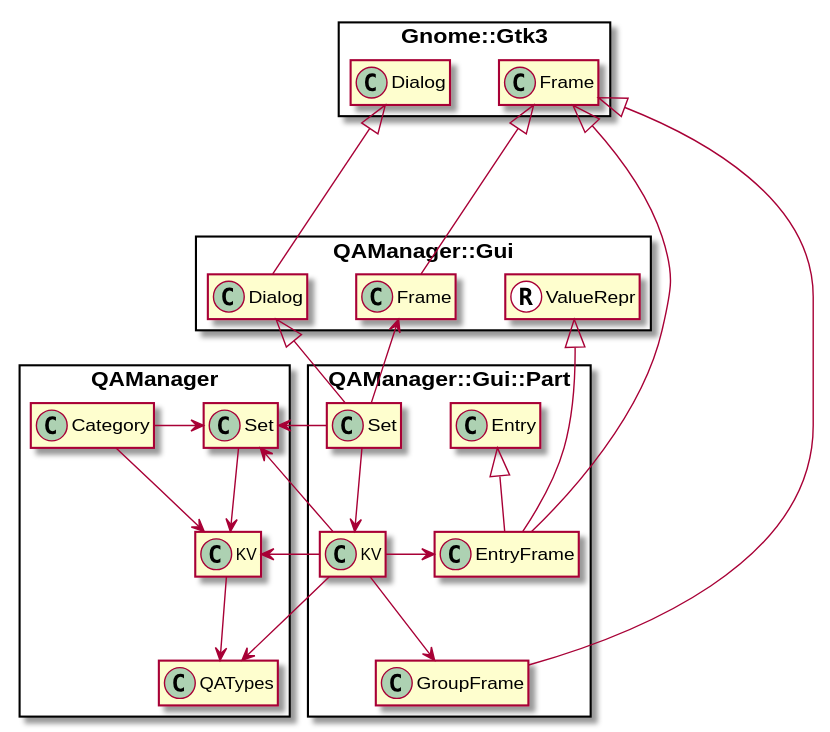
Earlier version of the PlantUML export doc/plantuml/structure-demodialog.svg (MARTIMM/question-answer). Its diagram source:
```plantuml
@startuml
skinparam packageStyle rectangle
set namespaceSeparator ::
hide members


QAManager::Category -> QAManager::Set
QAManager::Category --> QAManager::KV

QAManager::Set --> QAManager::KV

QAManager::KV --> QAManager::QATypes

Gnome::Gtk3::Dialog <|-- QAManager::Gui::Dialog
QAManager::Gui::Dialog <|-- QAManager::Gui::Part::Set

QAManager::Gui::Part::Set -> QAManager::Set
QAManager::Gui::Part::Set --> QAManager::Gui::Part::KV

QAManager::Gui::Frame <-- QAManager::Gui::Part::Set
Gnome::Gtk3::Frame <|-- QAManager::Gui::Frame

QAManager::Gui::Part::KV --> QAManager::QATypes
QAManager::Gui::Part::KV -> QAManager::KV
QAManager::Set <-- QAManager::Gui::Part::KV
QAManager::Gui::Part::KV --> QAManager::Gui::Part::GroupFrame
QAManager::Gui::Part::KV -> QAManager::Gui::Part::EntryFrame

Gnome::Gtk3::Frame <|----- QAManager::Gui::Part::GroupFrame
Gnome::Gtk3::Frame <|----- QAManager::Gui::Part::EntryFrame

class QAManager::Gui::Value <<(R,White)>>
QAManager::Gui::Part::EntryFrame -|> QAManager::Gui::Value

QAManager::Gui::Part::Entry <|-- QAManager::Gui::Part::EntryFrame

@enduml
```
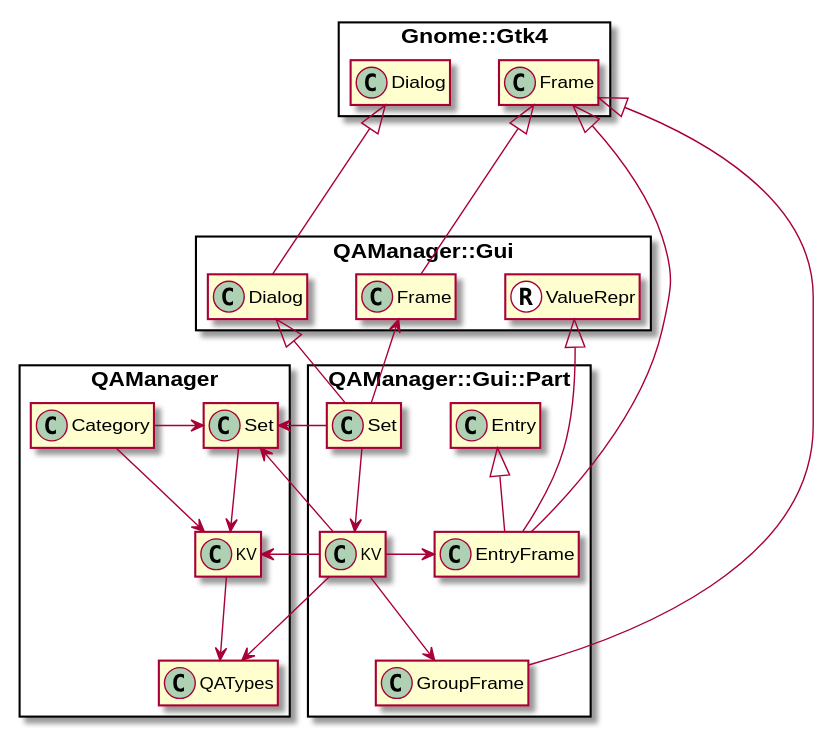
After the commit.

Diff of the diagram source:
```diff
@@ -11,14 +11,14 @@
 
 QAManager::KV --> QAManager::QATypes
 
-Gnome::Gtk3::Dialog <|-- QAManager::Gui::Dialog
+Gnome::Gtk4::Dialog <|-- QAManager::Gui::Dialog
 QAManager::Gui::Dialog <|-- QAManager::Gui::Part::Set
 
 QAManager::Gui::Part::Set -> QAManager::Set
 QAManager::Gui::Part::Set --> QAManager::Gui::Part::KV
 
 QAManager::Gui::Frame <-- QAManager::Gui::Part::Set
-Gnome::Gtk3::Frame <|-- QAManager::Gui::Frame
+Gnome::Gtk4::Frame <|-- QAManager::Gui::Frame
 
 QAManager::Gui::Part::KV --> QAManager::QATypes
 QAManager::Gui::Part::KV -> QAManager::KV
@@ -26,8 +26,8 @@
 QAManager::Gui::Part::KV --> QAManager::Gui::Part::GroupFrame
 QAManager::Gui::Part::KV -> QAManager::Gui::Part::EntryFrame
 
-Gnome::Gtk3::Frame <|----- QAManager::Gui::Part::GroupFrame
-Gnome::Gtk3::Frame <|----- QAManager::Gui::Part::EntryFrame
+Gnome::Gtk4::Frame <|----- QAManager::Gui::Part::GroupFrame
+Gnome::Gtk4::Frame <|----- QAManager::Gui::Part::EntryFrame
 
 class QAManager::Gui::Value <<(R,White)>>
 QAManager::Gui::Part::EntryFrame -|> QAManager::Gui::Value
```
